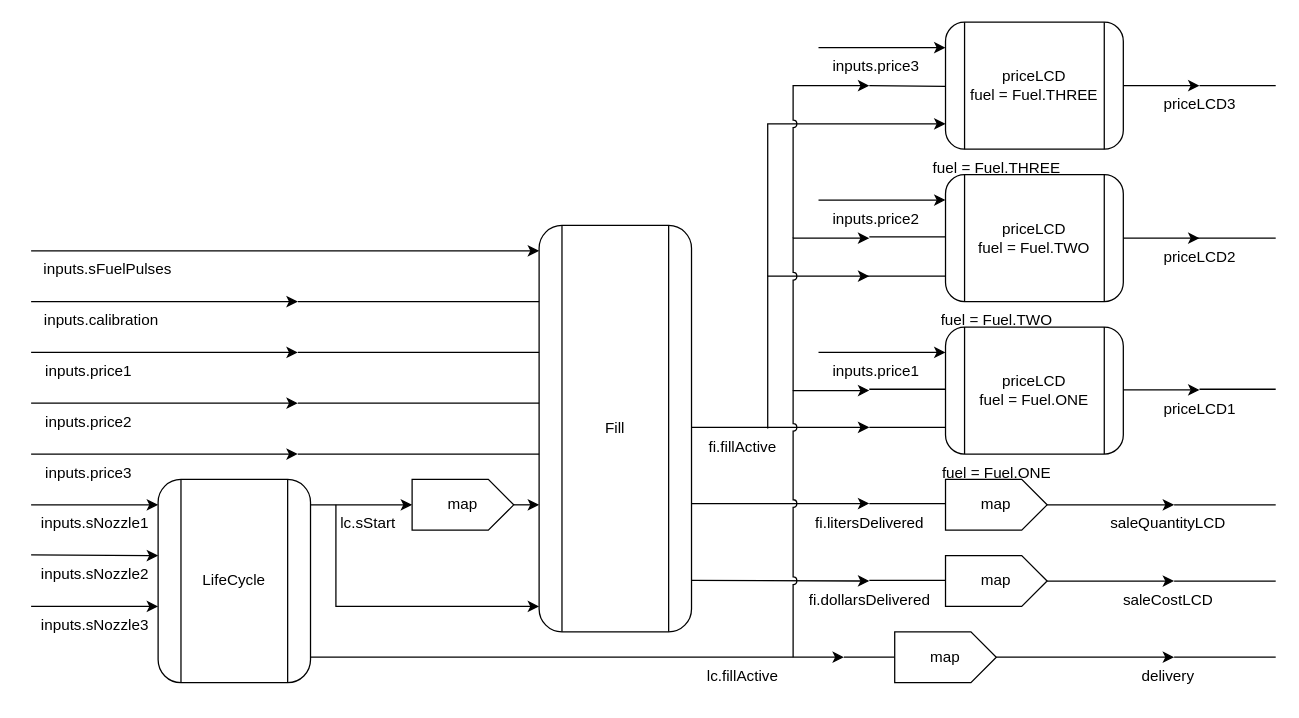
The draw.io diagram page "ShowDollarsPump" (1 of 2) of ShowDollarsPump.drawio in suzuki-taro-29/FRP-chap4-diagrams, before the edit. Source tidied: cells renumbered, new cells numbered last; positions are measured from the earlier drawing's top-left corner, leaving out a move shared by most shapes. Both pictures are drawn from the tidied source at 127%, with x=0, y=0 at pixel (24, 22).
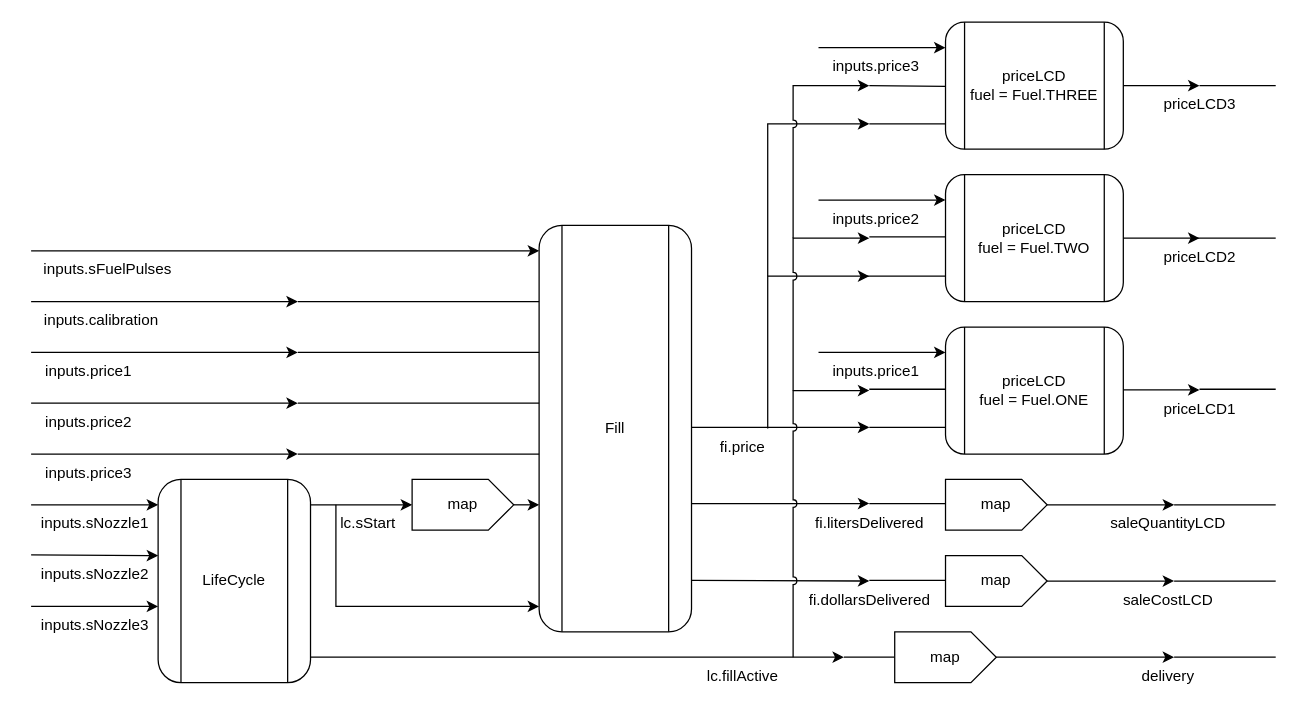
Above is the later version.

The edit, as a diff of the source:
```diff
@@
     <mxCell id="3" style="endArrow=classic;html=1;rounded=0;jumpStyle=arc;" parent="1" edge="1">
       <mxGeometry relative="1" as="geometry">
         <mxPoint x="585" y="200" as="sourcePoint" />
-        <mxPoint x="725" y="80" as="targetPoint" />
+        <mxPoint x="665" y="80" as="targetPoint" />
         <Array as="points">
           <mxPoint x="585" y="80" />
         </Array>
       </mxGeometry>
     </mxCell>
@@
-    <mxCell id="48" value="fi.fillActive" style="text;html=1;align=center;verticalAlign=middle;strokeColor=none;fillColor=none;" parent="1" vertex="1">
-      <mxGeometry x="525" y="320" width="80" height="30" as="geometry" />
+    <mxCell id="48" value="fi.price" style="text;html=1;align=center;verticalAlign=middle;strokeColor=none;fillColor=none;" parent="1" vertex="1">
+      <mxGeometry x="535" y="320" width="60" height="30" as="geometry" />
     </mxCell>
@@
-    <mxCell id="74" value="fuel = Fuel.THREE" style="text;html=1;align=center;verticalAlign=middle;strokeColor=none;fillColor=none;" parent="1" vertex="1">
-      <mxGeometry x="705" y="100" width="120" height="30" as="geometry" />
-    </mxCell>
-    <mxCell id="75" value="fuel = Fuel.TWO" style="text;html=1;align=center;verticalAlign=middle;strokeColor=none;fillColor=none;" parent="1" vertex="1">
-      <mxGeometry x="710" y="220" width="110" height="30" as="geometry" />
-    </mxCell>
@@
-    <mxCell id="82" value="fuel = Fuel.ONE" style="text;html=1;align=center;verticalAlign=middle;strokeColor=none;fillColor=none;" parent="1" vertex="1">
-      <mxGeometry x="710" y="340" width="110" height="30" as="geometry" />
-    </mxCell>
+    <mxCell id="83" style="endArrow=none;html=1;" parent="1" edge="1">
+      <mxGeometry relative="1" as="geometry">
+        <mxPoint x="665" y="80" as="sourcePoint" />
+        <mxPoint x="725" y="80" as="targetPoint" />
+      </mxGeometry>
+    </mxCell>
```
